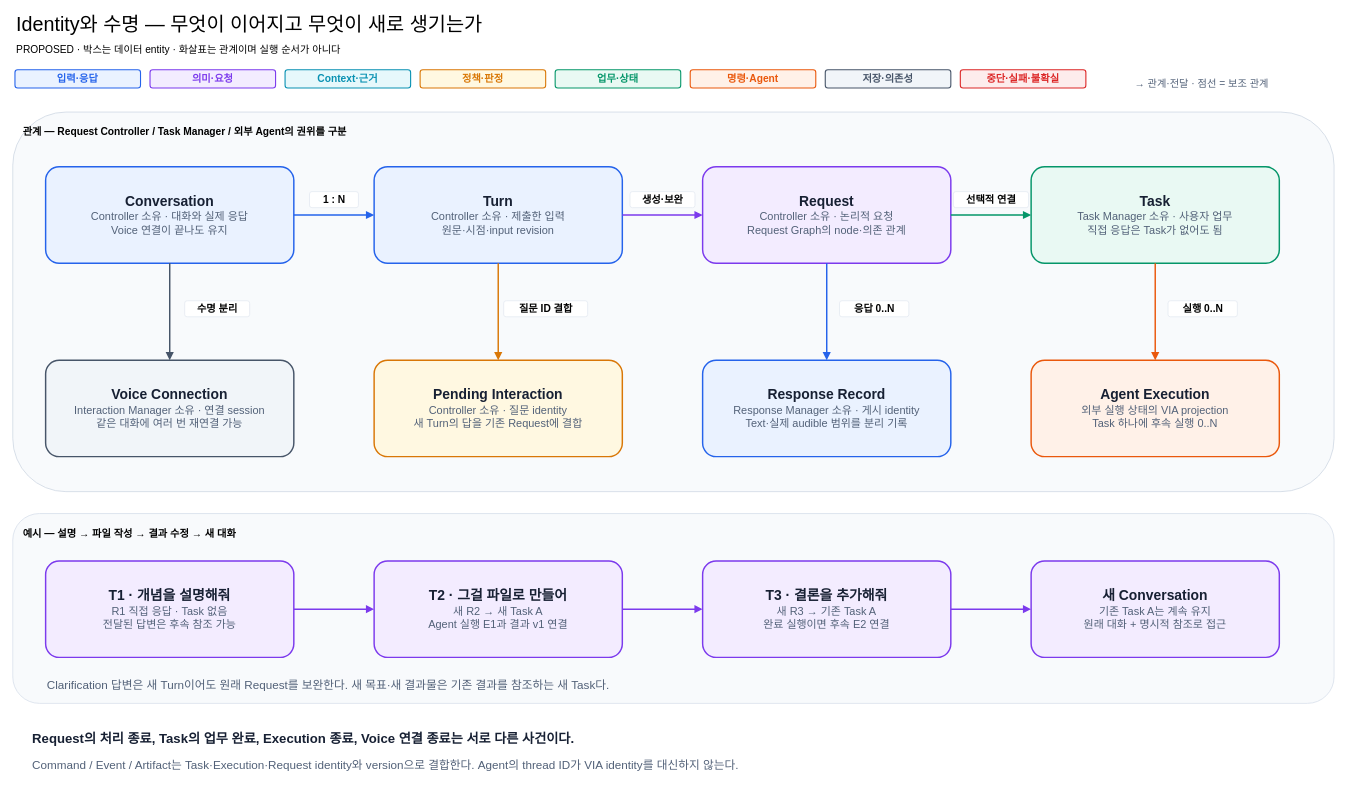
Before: docs/architecture/12-decisions/target-architecture/diagrams/02-lifecycle-and-ownership.drawio in cbyche/via-sw-architecture, a draw.io diagram. Source tidied: cells renumbered, new cells numbered last; positions are measured from the earlier drawing's top-left corner, leaving out a move shared by most shapes. Both pictures are drawn from the tidied source at 73%, with x=0, y=0 at pixel (12, 13).
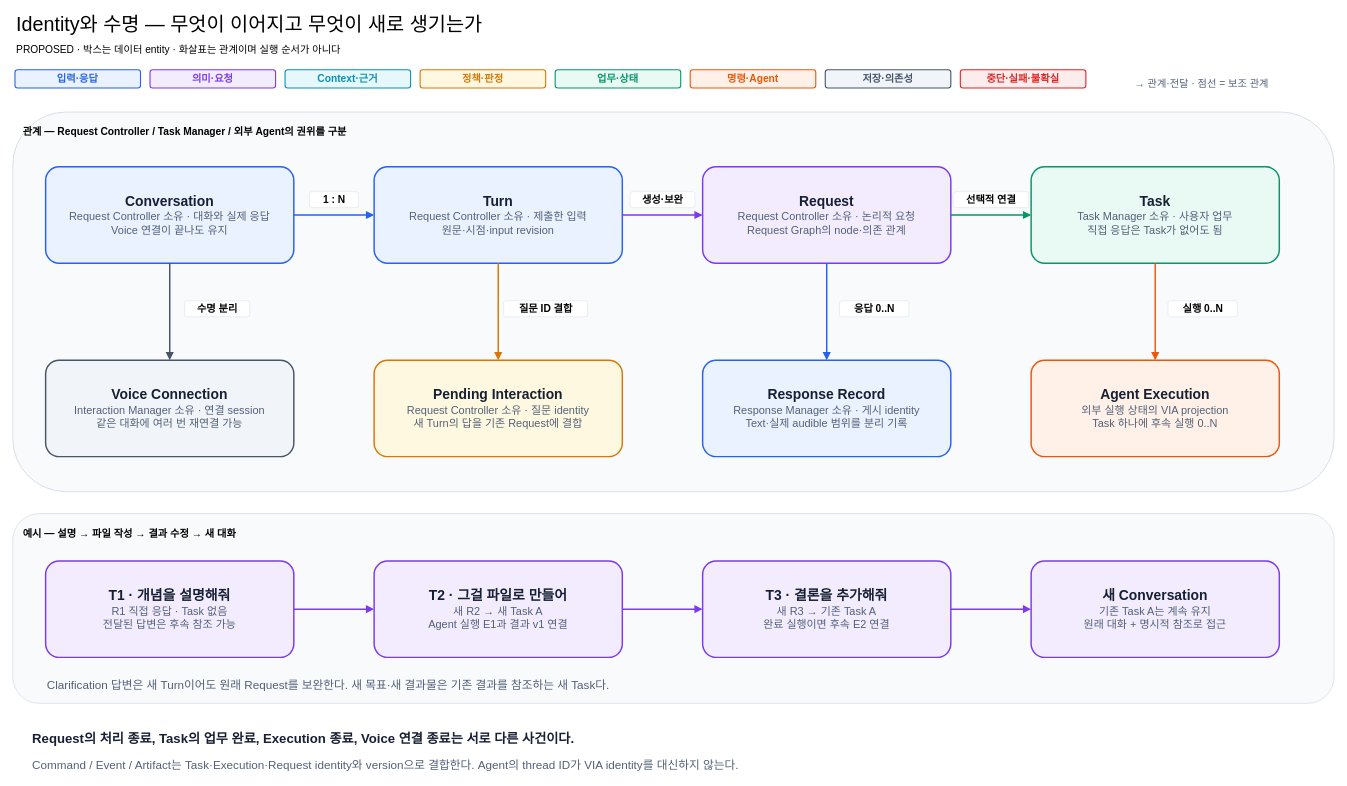
The same page after the edit.

What changed in the source:
```diff
@@
-    <mxCell id="4" value="&lt;div style='font-size:19px;font-weight:bold'&gt;Conversation&lt;/div&gt;&lt;div style='font-size:15px;color:#526178'&gt;Controller 소유 · 대화와 실제 응답&lt;/div&gt;&lt;div style='font-size:15px;color:#526178'&gt;Voice 연결이 끝나도 유지&lt;/div&gt;" style="shape=rectangle;rounded=1;whiteSpace=wrap;html=1;fillColor=#EAF2FF;strokeColor=#2563EB;strokeWidth=2;fontColor=#172033;dashed=0;arcSize=14;spacing=10;" parent="1" vertex="1">
+    <mxCell id="4" value="&lt;div style='font-size:19px;font-weight:bold'&gt;Conversation&lt;/div&gt;&lt;div style='font-size:15px;color:#526178'&gt;Request Controller 소유 · 대화와 실제 응답&lt;/div&gt;&lt;div style='font-size:15px;color:#526178'&gt;Voice 연결이 끝나도 유지&lt;/div&gt;" style="shape=rectangle;rounded=1;whiteSpace=wrap;html=1;fillColor=#EAF2FF;strokeColor=#2563EB;strokeWidth=2;fontColor=#172033;dashed=0;arcSize=14;spacing=10;" parent="1" vertex="1">
       <mxGeometry x="45" y="210" width="340" height="132" as="geometry" />
     </mxCell>
-    <mxCell id="5" value="&lt;div style='font-size:19px;font-weight:bold'&gt;Turn&lt;/div&gt;&lt;div style='font-size:15px;color:#526178'&gt;Controller 소유 · 제출한 입력&lt;/div&gt;&lt;div style='font-size:15px;color:#526178'&gt;원문·시점·input revision&lt;/div&gt;" style="shape=rectangle;rounded=1;whiteSpace=wrap;html=1;fillColor=#EAF2FF;strokeColor=#2563EB;strokeWidth=2;fontColor=#172033;dashed=0;arcSize=14;spacing=10;" parent="1" vertex="1">
+    <mxCell id="5" value="&lt;div style='font-size:19px;font-weight:bold'&gt;Turn&lt;/div&gt;&lt;div style='font-size:15px;color:#526178'&gt;Request Controller 소유 · 제출한 입력&lt;/div&gt;&lt;div style='font-size:15px;color:#526178'&gt;원문·시점·input revision&lt;/div&gt;" style="shape=rectangle;rounded=1;whiteSpace=wrap;html=1;fillColor=#EAF2FF;strokeColor=#2563EB;strokeWidth=2;fontColor=#172033;dashed=0;arcSize=14;spacing=10;" parent="1" vertex="1">
       <mxGeometry x="495" y="210" width="340" height="132" as="geometry" />
     </mxCell>
-    <mxCell id="6" value="&lt;div style='font-size:19px;font-weight:bold'&gt;Request&lt;/div&gt;&lt;div style='font-size:15px;color:#526178'&gt;Controller 소유 · 논리적 요청&lt;/div&gt;&lt;div style='font-size:15px;color:#526178'&gt;Request Graph의 node·의존 관계&lt;/div&gt;" style="shape=rectangle;rounded=1;whiteSpace=wrap;html=1;fillColor=#F3ECFF;strokeColor=#7C3AED;strokeWidth=2;fontColor=#172033;dashed=0;arcSize=14;spacing=10;" parent="1" vertex="1">
+    <mxCell id="6" value="&lt;div style='font-size:19px;font-weight:bold'&gt;Request&lt;/div&gt;&lt;div style='font-size:15px;color:#526178'&gt;Request Controller 소유 · 논리적 요청&lt;/div&gt;&lt;div style='font-size:15px;color:#526178'&gt;Request Graph의 node·의존 관계&lt;/div&gt;" style="shape=rectangle;rounded=1;whiteSpace=wrap;html=1;fillColor=#F3ECFF;strokeColor=#7C3AED;strokeWidth=2;fontColor=#172033;dashed=0;arcSize=14;spacing=10;" parent="1" vertex="1">
       <mxGeometry x="945" y="210" width="340" height="132" as="geometry" />
     </mxCell>
@@
-    <mxCell id="9" value="&lt;div style='font-size:19px;font-weight:bold'&gt;Pending Interaction&lt;/div&gt;&lt;div style='font-size:15px;color:#526178'&gt;Controller 소유 · 질문 identity&lt;/div&gt;&lt;div style='font-size:15px;color:#526178'&gt;새 Turn의 답을 기존 Request에 결합&lt;/div&gt;" style="shape=rectangle;rounded=1;whiteSpace=wrap;html=1;fillColor=#FFF8E1;strokeColor=#D97706;strokeWidth=2;fontColor=#172033;dashed=0;arcSize=14;spacing=10;" parent="1" vertex="1">
+    <mxCell id="9" value="&lt;div style='font-size:19px;font-weight:bold'&gt;Pending Interaction&lt;/div&gt;&lt;div style='font-size:15px;color:#526178'&gt;Request Controller 소유 · 질문 identity&lt;/div&gt;&lt;div style='font-size:15px;color:#526178'&gt;새 Turn의 답을 기존 Request에 결합&lt;/div&gt;" style="shape=rectangle;rounded=1;whiteSpace=wrap;html=1;fillColor=#FFF8E1;strokeColor=#D97706;strokeWidth=2;fontColor=#172033;dashed=0;arcSize=14;spacing=10;" parent="1" vertex="1">
       <mxGeometry x="495" y="475" width="340" height="132" as="geometry" />
     </mxCell>
```
